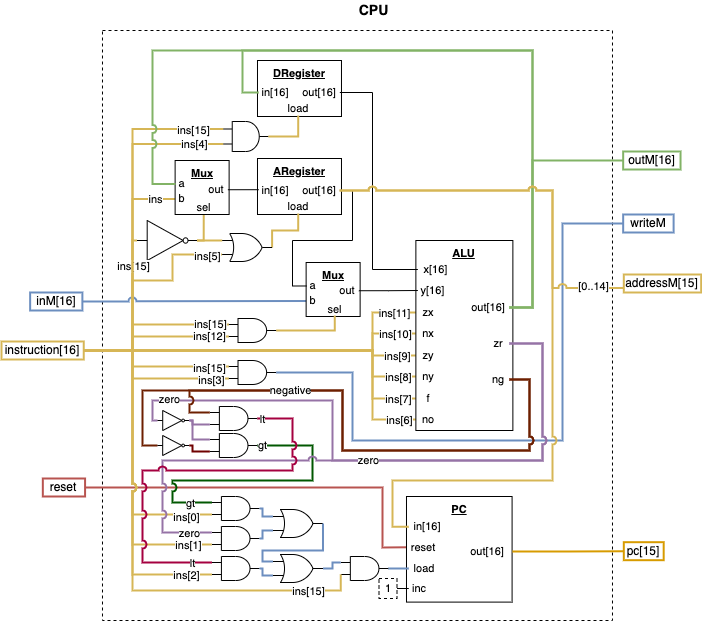
The draw.io diagram course1/project5/diagrams/cpu.png in pwbrown/nand2tetris, before a commit. Source tidied: cells renumbered, new cells last; positions are measured from the earlier drawing's top-left corner, leaving out a move shared by most shapes.
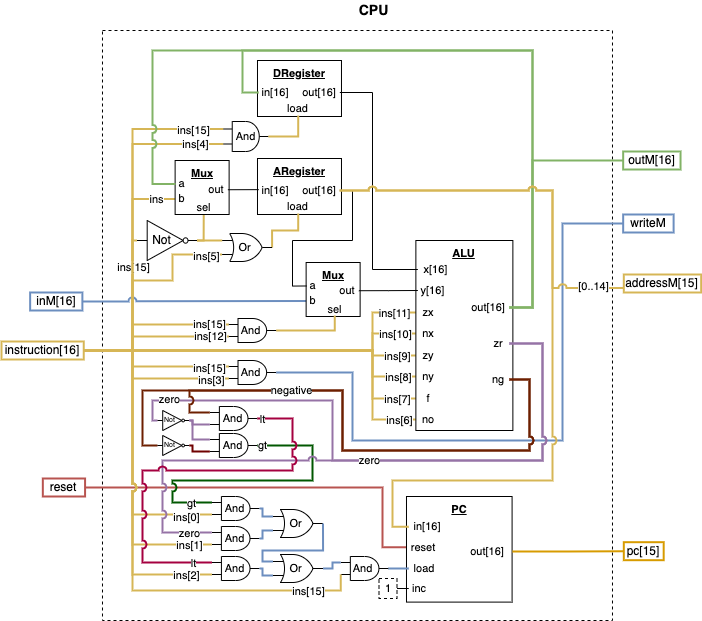
After the commit.

What changed in the source:
```diff
@@ -126,7 +126,7 @@
     <mxCell id="24" style="edgeStyle=orthogonalEdgeStyle;shape=connector;rounded=0;jettySize=auto;html=1;exitX=1;exitY=0.5;exitDx=0;exitDy=0;exitPerimeter=0;entryX=0.5;entryY=1;entryDx=0;entryDy=0;strokeColor=#d6b656;align=center;verticalAlign=middle;fontFamily=Helvetica;fontSize=11;fontColor=default;labelBackgroundColor=default;startFill=0;endArrow=none;fillColor=#fff2cc;strokeWidth=2;" parent="1" edge="1" source="25" target="32">
       <mxGeometry relative="1" as="geometry" />
     </mxCell>
-    <mxCell id="25" style="verticalLabelPosition=bottom;shadow=0;dashed=0;align=center;html=1;verticalAlign=top;shape=mxgraph.electrical.logic_gates.inverter_2;" parent="1" vertex="1">
+    <mxCell id="25" value="Not" style="verticalLabelPosition=middle;shadow=0;dashed=0;align=center;html=1;verticalAlign=middle;shape=mxgraph.electrical.logic_gates.inverter_2;labelPosition=center;spacingLeft=-11;" parent="1" vertex="1">
       <mxGeometry x="135.5" y="220" width="60" height="40" as="geometry" />
     </mxCell>
     <mxCell id="26" style="edgeStyle=orthogonalEdgeStyle;rounded=0;jettySize=auto;html=1;exitX=1;exitY=0.5;exitDx=0;exitDy=0;entryX=0;entryY=0.5;entryDx=0;entryDy=0;entryPerimeter=0;endArrow=none;startFill=0;fillColor=#fff2cc;strokeColor=#d6b656;strokeWidth=2;" parent="1" edge="1" source="21" target="25">
@@ -205,7 +205,7 @@
         </Array>
       </mxGeometry>
     </mxCell>
-    <mxCell id="47" style="verticalLabelPosition=bottom;shadow=0;dashed=0;align=center;html=1;verticalAlign=top;shape=mxgraph.electrical.logic_gates.logic_gate;operation=or;fontFamily=Helvetica;fontSize=11;fontColor=default;labelBackgroundColor=default;" parent="1" vertex="1">
+    <mxCell id="47" value="Or" style="verticalLabelPosition=middle;shadow=0;dashed=0;align=center;html=1;verticalAlign=middle;shape=mxgraph.electrical.logic_gates.logic_gate;operation=or;fontFamily=Helvetica;fontSize=11;fontColor=default;labelBackgroundColor=default;labelPosition=center;spacingLeft=-5;" parent="1" vertex="1">
       <mxGeometry x="220.6" y="233" width="50" height="28" as="geometry" />
     </mxCell>
     <mxCell id="48" style="edgeStyle=orthogonalEdgeStyle;shape=connector;rounded=0;jettySize=auto;html=1;exitX=1;exitY=0.5;exitDx=0;exitDy=0;exitPerimeter=0;entryX=0;entryY=0.25;entryDx=0;entryDy=0;entryPerimeter=0;strokeColor=#d6b656;align=center;verticalAlign=middle;fontFamily=Helvetica;fontSize=11;fontColor=default;labelBackgroundColor=default;startFill=0;endArrow=none;fillColor=#fff2cc;strokeWidth=2;" parent="1" edge="1" source="25" target="47">
@@ -254,7 +254,7 @@
     <mxCell id="59" style="edgeStyle=orthogonalEdgeStyle;shape=connector;rounded=0;jettySize=auto;html=1;exitX=1;exitY=0.5;exitDx=0;exitDy=0;exitPerimeter=0;entryX=0.5;entryY=1;entryDx=0;entryDy=0;strokeColor=#d6b656;align=center;verticalAlign=middle;fontFamily=Helvetica;fontSize=11;fontColor=default;labelBackgroundColor=default;startFill=0;endArrow=none;fillColor=#fff2cc;strokeWidth=2;" parent="1" edge="1" source="60" target="58">
       <mxGeometry relative="1" as="geometry" />
     </mxCell>
-    <mxCell id="60" style="verticalLabelPosition=bottom;shadow=0;dashed=0;align=center;html=1;verticalAlign=top;shape=mxgraph.electrical.logic_gates.logic_gate;operation=and;fontFamily=Helvetica;fontSize=11;fontColor=default;labelBackgroundColor=default;" parent="1" vertex="1">
+    <mxCell id="60" value="And" style="verticalLabelPosition=middle;shadow=0;dashed=0;align=center;html=1;verticalAlign=middle;shape=mxgraph.electrical.logic_gates.logic_gate;operation=and;fontFamily=Helvetica;fontSize=11;fontColor=default;labelBackgroundColor=default;labelPosition=center;" parent="1" vertex="1">
       <mxGeometry x="221.7" y="121" width="45" height="30" as="geometry" />
     </mxCell>
     <mxCell id="61" style="edgeStyle=orthogonalEdgeStyle;shape=connector;rounded=0;jettySize=auto;html=1;exitX=1;exitY=0.5;exitDx=0;exitDy=0;entryX=0;entryY=0.75;entryDx=0;entryDy=0;entryPerimeter=0;strokeColor=#d6b656;align=center;verticalAlign=middle;fontFamily=Helvetica;fontSize=11;fontColor=default;labelBackgroundColor=default;startFill=0;endArrow=none;fillColor=#fff2cc;strokeWidth=2;" parent="1" edge="1" source="21" target="60">
@@ -329,7 +329,7 @@
         </Array>
       </mxGeometry>
     </mxCell>
-    <mxCell id="79" style="verticalLabelPosition=bottom;shadow=0;dashed=0;align=center;html=1;verticalAlign=top;shape=mxgraph.electrical.logic_gates.logic_gate;operation=and;fontFamily=Helvetica;fontSize=11;fontColor=default;labelBackgroundColor=default;" parent="1" vertex="1">
+    <mxCell id="79" value="And" style="verticalLabelPosition=middle;shadow=0;dashed=0;align=center;html=1;verticalAlign=middle;shape=mxgraph.electrical.logic_gates.logic_gate;operation=and;fontFamily=Helvetica;fontSize=11;fontColor=default;labelBackgroundColor=default;labelPosition=center;spacingLeft=-3;" parent="1" vertex="1">
       <mxGeometry x="227" y="318" width="47.6" height="24" as="geometry" />
     </mxCell>
     <mxCell id="80" style="edgeStyle=orthogonalEdgeStyle;shape=connector;rounded=0;jettySize=auto;html=1;exitX=1;exitY=0.5;exitDx=0;exitDy=0;entryX=0;entryY=0.5;entryDx=0;entryDy=0;strokeColor=default;align=center;verticalAlign=middle;fontFamily=Helvetica;fontSize=11;fontColor=default;labelBackgroundColor=default;startFill=0;endArrow=none;" parent="1" edge="1" source="43" target="36">
@@ -436,7 +436,7 @@
         </Array>
       </mxGeometry>
     </mxCell>
-    <mxCell id="98" style="verticalLabelPosition=bottom;shadow=0;dashed=0;align=center;html=1;verticalAlign=top;shape=mxgraph.electrical.logic_gates.logic_gate;operation=and;fontFamily=Helvetica;fontSize=11;fontColor=default;labelBackgroundColor=default;" parent="1" vertex="1">
+    <mxCell id="98" value="And" style="verticalLabelPosition=middle;shadow=0;dashed=0;align=center;html=1;verticalAlign=middle;shape=mxgraph.electrical.logic_gates.logic_gate;operation=and;fontFamily=Helvetica;fontSize=11;fontColor=default;labelBackgroundColor=default;labelPosition=center;spacingLeft=-3;" parent="1" vertex="1">
       <mxGeometry x="227" y="360" width="47.6" height="24" as="geometry" />
     </mxCell>
     <mxCell id="99" style="edgeStyle=orthogonalEdgeStyle;shape=connector;rounded=0;jettySize=auto;html=1;exitX=1;exitY=0.5;exitDx=0;exitDy=0;entryX=0;entryY=0.25;entryDx=0;entryDy=0;entryPerimeter=0;strokeColor=#d6b656;align=center;verticalAlign=middle;fontFamily=Helvetica;fontSize=11;fontColor=default;labelBackgroundColor=default;startFill=0;endArrow=none;fillColor=#fff2cc;strokeWidth=2;" parent="1" edge="1" source="21" target="98">
@@ -479,10 +479,10 @@
     <mxCell id="105" style="edgeStyle=orthogonalEdgeStyle;shape=connector;rounded=0;jettySize=auto;html=1;exitX=1;exitY=0.5;exitDx=0;exitDy=0;entryX=0;entryY=0.5;entryDx=0;entryDy=0;strokeColor=#d79b00;align=center;verticalAlign=middle;fontFamily=Helvetica;fontSize=11;fontColor=default;labelBackgroundColor=default;startFill=0;endArrow=none;fillColor=#ffe6cc;strokeWidth=2;" parent="1" edge="1" source="92" target="53">
       <mxGeometry relative="1" as="geometry" />
     </mxCell>
-    <mxCell id="106" style="verticalLabelPosition=bottom;shadow=0;dashed=0;align=center;html=1;verticalAlign=top;shape=mxgraph.electrical.logic_gates.inverter_2;" parent="1" vertex="1">
+    <mxCell id="106" value="Not" style="verticalLabelPosition=middle;shadow=0;dashed=0;align=center;html=1;verticalAlign=middle;shape=mxgraph.electrical.logic_gates.inverter_2;labelPosition=center;fontSize=7;spacingLeft=-7;" parent="1" vertex="1">
       <mxGeometry x="155.8" y="410" width="31.9" height="20" as="geometry" />
     </mxCell>
-    <mxCell id="107" style="verticalLabelPosition=bottom;shadow=0;dashed=0;align=center;html=1;verticalAlign=top;shape=mxgraph.electrical.logic_gates.inverter_2;" parent="1" vertex="1">
+    <mxCell id="107" value="Not" style="verticalLabelPosition=middle;shadow=0;dashed=0;align=center;html=1;verticalAlign=middle;shape=mxgraph.electrical.logic_gates.inverter_2;labelPosition=center;fontSize=7;spacingLeft=-7;" parent="1" vertex="1">
       <mxGeometry x="155.7" y="435" width="32" height="20" as="geometry" />
     </mxCell>
     <mxCell id="108" style="edgeStyle=orthogonalEdgeStyle;shape=connector;rounded=0;jettySize=auto;html=1;exitX=1;exitY=0.5;exitDx=0;exitDy=0;entryX=0;entryY=0.5;entryDx=0;entryDy=0;entryPerimeter=0;strokeColor=#6D1F00;align=center;verticalAlign=middle;fontFamily=Helvetica;fontSize=11;fontColor=default;labelBackgroundColor=default;startFill=0;endArrow=none;fillColor=#a0522d;strokeWidth=2;jumpStyle=arc;" parent="1" edge="1" source="69" target="107">
@@ -514,10 +514,10 @@
         <mxPoint x="10" y="-2" as="offset" />
       </mxGeometry>
     </mxCell>
-    <mxCell id="111" style="verticalLabelPosition=bottom;shadow=0;dashed=0;align=center;html=1;verticalAlign=top;shape=mxgraph.electrical.logic_gates.logic_gate;operation=and;fontFamily=Helvetica;fontSize=11;fontColor=default;labelBackgroundColor=default;" parent="1" vertex="1">
+    <mxCell id="111" value="And" style="verticalLabelPosition=middle;shadow=0;dashed=0;align=center;html=1;verticalAlign=middle;shape=mxgraph.electrical.logic_gates.logic_gate;operation=and;fontFamily=Helvetica;fontSize=11;fontColor=default;labelBackgroundColor=default;labelPosition=center;spacingLeft=-3;" parent="1" vertex="1">
       <mxGeometry x="208.3" y="433" width="47.6" height="24" as="geometry" />
     </mxCell>
-    <mxCell id="112" style="verticalLabelPosition=bottom;shadow=0;dashed=0;align=center;html=1;verticalAlign=top;shape=mxgraph.electrical.logic_gates.logic_gate;operation=and;fontFamily=Helvetica;fontSize=11;fontColor=default;labelBackgroundColor=default;" parent="1" vertex="1">
+    <mxCell id="112" value="And" style="verticalLabelPosition=middle;shadow=0;dashed=0;align=center;html=1;verticalAlign=middle;shape=mxgraph.electrical.logic_gates.logic_gate;operation=and;fontFamily=Helvetica;fontSize=11;fontColor=default;labelBackgroundColor=default;labelPosition=center;spacingLeft=-3;" parent="1" vertex="1">
       <mxGeometry x="208.3" y="406" width="47.6" height="24" as="geometry" />
     </mxCell>
     <mxCell id="113" style="edgeStyle=orthogonalEdgeStyle;shape=connector;rounded=0;jettySize=auto;html=1;exitX=1;exitY=0.5;exitDx=0;exitDy=0;exitPerimeter=0;entryX=0;entryY=0.25;entryDx=0;entryDy=0;entryPerimeter=0;strokeColor=#9673a6;align=center;verticalAlign=middle;fontFamily=Helvetica;fontSize=11;fontColor=default;labelBackgroundColor=default;startFill=0;endArrow=none;fillColor=#e1d5e7;strokeWidth=2;" parent="1" edge="1" source="106" target="111">
@@ -561,13 +561,13 @@
         <mxPoint x="7" y="-1" as="offset" />
       </mxGeometry>
     </mxCell>
-    <mxCell id="118" style="verticalLabelPosition=bottom;shadow=0;dashed=0;align=center;html=1;verticalAlign=top;shape=mxgraph.electrical.logic_gates.logic_gate;operation=and;fontFamily=Helvetica;fontSize=11;fontColor=default;labelBackgroundColor=default;" parent="1" vertex="1">
+    <mxCell id="118" value="And" style="verticalLabelPosition=middle;shadow=0;dashed=0;align=center;html=1;verticalAlign=middle;shape=mxgraph.electrical.logic_gates.logic_gate;operation=and;fontFamily=Helvetica;fontSize=11;fontColor=default;labelBackgroundColor=default;labelPosition=center;spacingLeft=-3;" parent="1" vertex="1">
       <mxGeometry x="210.4" y="496" width="47.6" height="24" as="geometry" />
     </mxCell>
-    <mxCell id="119" style="verticalLabelPosition=bottom;shadow=0;dashed=0;align=center;html=1;verticalAlign=top;shape=mxgraph.electrical.logic_gates.logic_gate;operation=and;fontFamily=Helvetica;fontSize=11;fontColor=default;labelBackgroundColor=default;" parent="1" vertex="1">
+    <mxCell id="119" value="And" style="verticalLabelPosition=middle;shadow=0;dashed=0;align=center;html=1;verticalAlign=middle;shape=mxgraph.electrical.logic_gates.logic_gate;operation=and;fontFamily=Helvetica;fontSize=11;fontColor=default;labelBackgroundColor=default;labelPosition=center;spacingLeft=-3;" parent="1" vertex="1">
       <mxGeometry x="210.4" y="526" width="47.6" height="24" as="geometry" />
     </mxCell>
-    <mxCell id="120" style="verticalLabelPosition=bottom;shadow=0;dashed=0;align=center;html=1;verticalAlign=top;shape=mxgraph.electrical.logic_gates.logic_gate;operation=and;fontFamily=Helvetica;fontSize=11;fontColor=default;labelBackgroundColor=default;" parent="1" vertex="1">
+    <mxCell id="120" value="And" style="verticalLabelPosition=middle;shadow=0;dashed=0;align=center;html=1;verticalAlign=middle;shape=mxgraph.electrical.logic_gates.logic_gate;operation=and;fontFamily=Helvetica;fontSize=11;fontColor=default;labelBackgroundColor=default;labelPosition=center;spacingLeft=-3;" parent="1" vertex="1">
       <mxGeometry x="210.4" y="556" width="47.6" height="24" as="geometry" />
     </mxCell>
     <mxCell id="121" style="edgeStyle=orthogonalEdgeStyle;shape=connector;rounded=0;jettySize=auto;html=1;exitX=1;exitY=0.5;exitDx=0;exitDy=0;exitPerimeter=0;entryX=0;entryY=0.25;entryDx=0;entryDy=0;entryPerimeter=0;strokeColor=#005700;align=center;verticalAlign=middle;fontFamily=Helvetica;fontSize=11;fontColor=default;labelBackgroundColor=default;startFill=0;endArrow=none;fillColor=#008a00;strokeWidth=2;jumpStyle=arc;" parent="1" edge="1" source="111" target="118">
@@ -669,10 +669,10 @@
     <mxCell id="136" value="ins[2]" style="edgeLabel;html=1;align=center;verticalAlign=middle;fontFamily=Helvetica;fontSize=11;fontColor=default;labelBackgroundColor=default;" parent="135" vertex="1">
       <mxGeometry x="0.85" relative="1" as="geometry" />
     </mxCell>
-    <mxCell id="137" style="verticalLabelPosition=bottom;shadow=0;dashed=0;align=center;html=1;verticalAlign=top;shape=mxgraph.electrical.logic_gates.logic_gate;operation=or;fontFamily=Helvetica;fontSize=11;fontColor=default;labelBackgroundColor=default;" parent="1" vertex="1">
+    <mxCell id="137" value="Or" style="verticalLabelPosition=middle;shadow=0;dashed=0;align=center;html=1;verticalAlign=middle;shape=mxgraph.electrical.logic_gates.logic_gate;operation=or;fontFamily=Helvetica;fontSize=11;fontColor=default;labelBackgroundColor=default;labelPosition=center;spacingLeft=-5;" parent="1" vertex="1">
       <mxGeometry x="271.5" y="509" width="50" height="28" as="geometry" />
     </mxCell>
-    <mxCell id="138" style="verticalLabelPosition=bottom;shadow=0;dashed=0;align=center;html=1;verticalAlign=top;shape=mxgraph.electrical.logic_gates.logic_gate;operation=or;fontFamily=Helvetica;fontSize=11;fontColor=default;labelBackgroundColor=default;" parent="1" vertex="1">
+    <mxCell id="138" value="Or" style="verticalLabelPosition=middle;shadow=0;dashed=0;align=center;html=1;verticalAlign=middle;shape=mxgraph.electrical.logic_gates.logic_gate;operation=or;fontFamily=Helvetica;fontSize=11;fontColor=default;labelBackgroundColor=default;labelPosition=center;spacingLeft=-5;" parent="1" vertex="1">
       <mxGeometry x="271.5" y="554" width="50" height="28" as="geometry" />
     </mxCell>
     <mxCell id="139" style="edgeStyle=orthogonalEdgeStyle;shape=connector;rounded=0;jettySize=auto;html=1;exitX=1;exitY=0.5;exitDx=0;exitDy=0;exitPerimeter=0;entryX=0;entryY=0.75;entryDx=0;entryDy=0;entryPerimeter=0;strokeColor=#6c8ebf;align=center;verticalAlign=middle;fontFamily=Helvetica;fontSize=11;fontColor=default;labelBackgroundColor=default;startFill=0;endArrow=none;fillColor=#dae8fc;strokeWidth=2;" parent="1" edge="1" source="119" target="137">
@@ -717,7 +717,7 @@
     <mxCell id="145" style="edgeStyle=orthogonalEdgeStyle;shape=connector;rounded=0;jettySize=auto;html=1;exitX=1;exitY=0.5;exitDx=0;exitDy=0;exitPerimeter=0;entryX=0;entryY=0.5;entryDx=0;entryDy=0;strokeColor=#6c8ebf;align=center;verticalAlign=middle;fontFamily=Helvetica;fontSize=11;fontColor=default;labelBackgroundColor=default;startFill=0;endArrow=none;fillColor=#dae8fc;strokeWidth=2;" parent="1" edge="1" source="146" target="94">
       <mxGeometry relative="1" as="geometry" />
     </mxCell>
-    <mxCell id="146" style="verticalLabelPosition=bottom;shadow=0;dashed=0;align=center;html=1;verticalAlign=top;shape=mxgraph.electrical.logic_gates.logic_gate;operation=and;fontFamily=Helvetica;fontSize=11;fontColor=default;labelBackgroundColor=default;" parent="1" vertex="1">
+    <mxCell id="146" value="And" style="verticalLabelPosition=middle;shadow=0;dashed=0;align=center;html=1;verticalAlign=middle;shape=mxgraph.electrical.logic_gates.logic_gate;operation=and;fontFamily=Helvetica;fontSize=11;fontColor=default;labelBackgroundColor=default;labelPosition=center;spacingLeft=-4;" parent="1" vertex="1">
       <mxGeometry x="339.3" y="556" width="47.6" height="24" as="geometry" />
     </mxCell>
     <mxCell id="147" style="edgeStyle=orthogonalEdgeStyle;shape=connector;rounded=0;jettySize=auto;html=1;exitX=1;exitY=0.5;exitDx=0;exitDy=0;exitPerimeter=0;entryX=0;entryY=0.25;entryDx=0;entryDy=0;entryPerimeter=0;strokeColor=#6c8ebf;align=center;verticalAlign=middle;fontFamily=Helvetica;fontSize=11;fontColor=default;labelBackgroundColor=default;startFill=0;endArrow=none;fillColor=#dae8fc;strokeWidth=2;" parent="1" edge="1" source="138" target="146">
```
